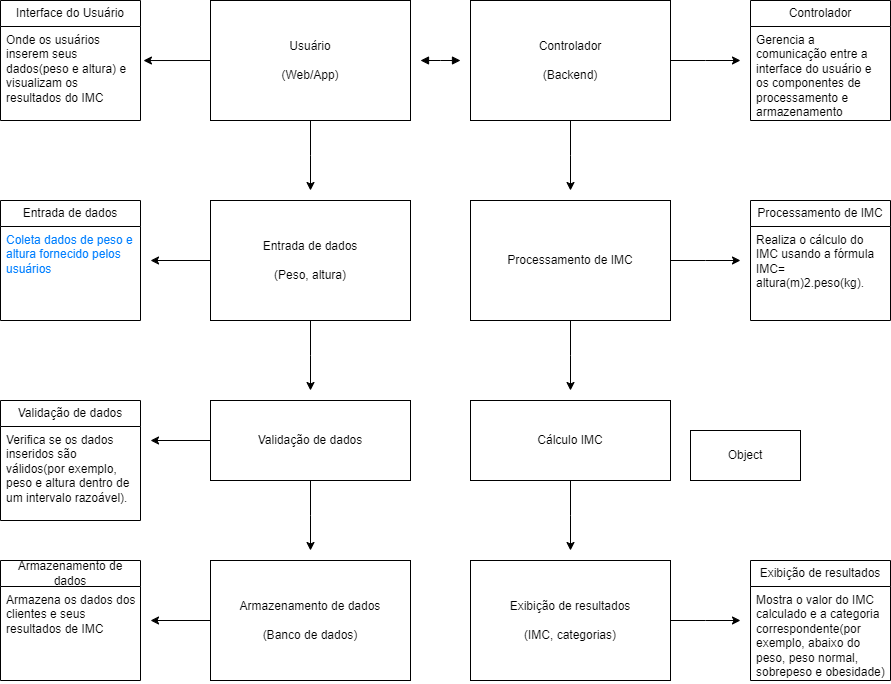
Earlier version of the draw.io export Imc.drawio.png (Zaibam/Desenvolvimento-De-Sistemas-1). Source tidied: cells renumbered, new cells last; positions are measured from the earlier drawing's top-left corner, leaving out a move shared by most shapes.
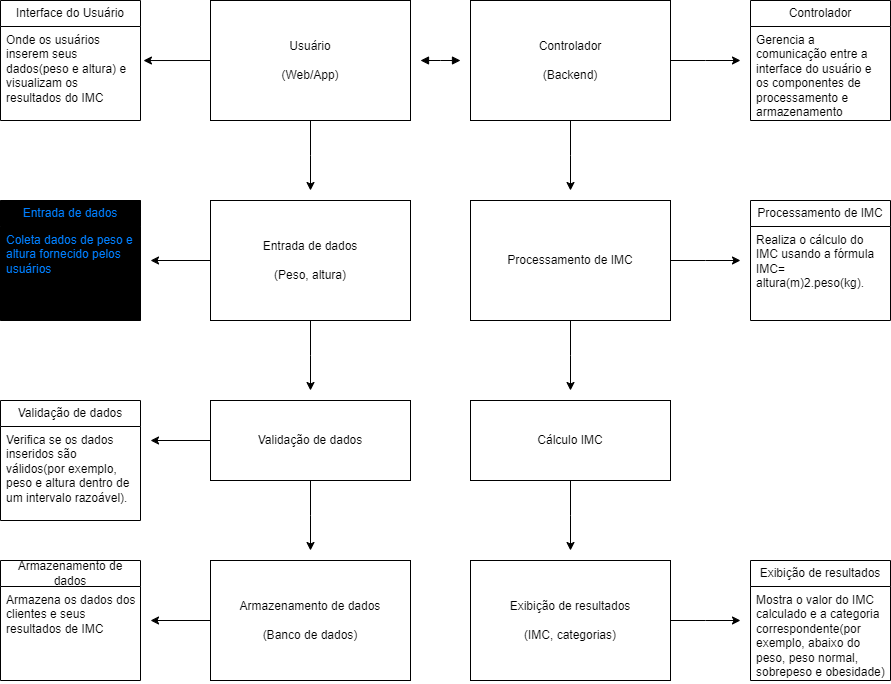
The same diagram one commit later.

Change to the diagram source:
```diff
@@ -95,10 +95,10 @@
     <mxCell id="24" style="edgeStyle=orthogonalEdgeStyle;rounded=0;jettySize=auto;html=1;exitX=0;exitY=0.5;exitDx=0;exitDy=0;entryX=1.021;entryY=0.362;entryDx=0;entryDy=0;entryPerimeter=0;" parent="1" edge="1" source="3" target="23">
       <mxGeometry relative="1" as="geometry" />
     </mxCell>
-    <mxCell id="25" value="Entrada de dados" style="swimlane;fontStyle=0;horizontal=1;startSize=26;fillColor=none;whiteSpace=wrap;html=1;" parent="1" vertex="1">
+    <mxCell id="25" value="Entrada de dados" style="swimlane;fontStyle=0;horizontal=1;startSize=26;fillColor=#000000;whiteSpace=wrap;html=1;fontColor=#007FFF;" parent="1" vertex="1">
       <mxGeometry y="200" width="140" height="120" as="geometry" />
     </mxCell>
-    <mxCell id="26" value="Coleta dados de peso e altura fornecido pelos usuários&lt;div&gt;&lt;br&gt;&lt;/div&gt;" style="text;strokeColor=none;fillColor=none;align=left;verticalAlign=top;spacingLeft=4;spacingRight=4;overflow=hidden;whiteSpace=wrap;html=1;fontColor=#007FFF;" parent="25" vertex="1">
+    <mxCell id="26" value="Coleta dados de peso e altura fornecido pelos usuários&lt;div&gt;&lt;br&gt;&lt;/div&gt;" style="text;strokeColor=none;fillColor=#000000;align=left;verticalAlign=top;spacingLeft=4;spacingRight=4;overflow=hidden;whiteSpace=wrap;html=1;fontColor=#007FFF;" parent="25" vertex="1">
       <mxGeometry y="26" width="140" height="94" as="geometry" />
     </mxCell>
     <mxCell id="27" value="Controlador" style="swimlane;fontStyle=0;horizontal=1;startSize=26;fillColor=none;whiteSpace=wrap;html=1;" parent="1" vertex="1">
@@ -140,8 +140,5 @@
     <mxCell id="37" value="Armazena os dados dos clientes e seus resultados de IMC" style="text;strokeColor=none;fillColor=none;align=left;verticalAlign=top;spacingLeft=4;spacingRight=4;overflow=hidden;whiteSpace=wrap;html=1;" parent="36" vertex="1">
       <mxGeometry y="26" width="140" height="94" as="geometry" />
     </mxCell>
-    <mxCell id="38" value="Object" style="html=1;whiteSpace=wrap;" parent="1" vertex="1">
-      <mxGeometry x="690" y="430" width="110" height="50" as="geometry" />
-    </mxCell>
   </root>
 </mxGraphModel>
```
